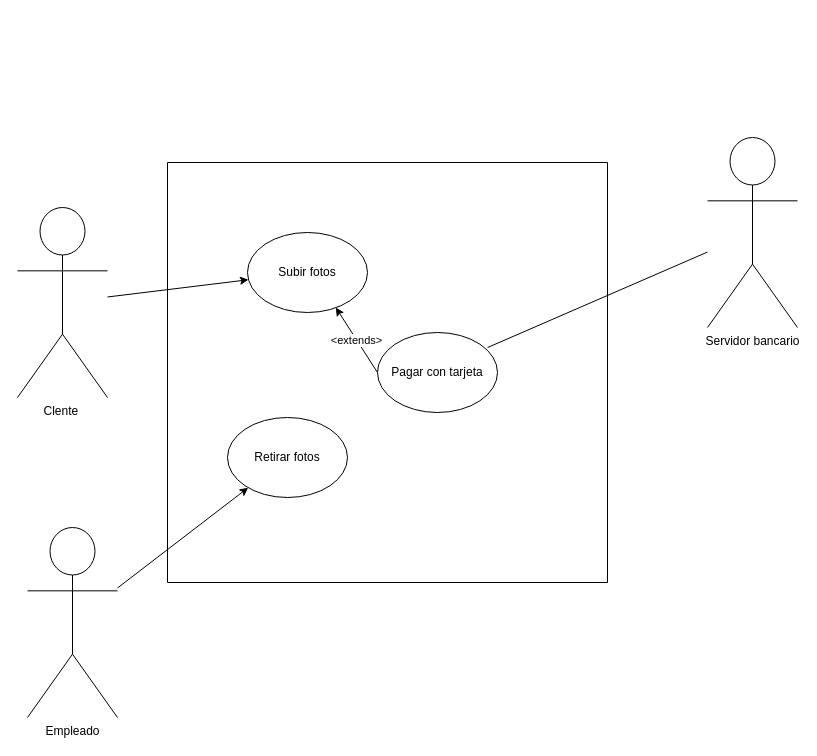
Above: Practicas/Práctica 3/Impresión de fotos/tp3_5.drawio in ssofiaavila/Ingenieria-de-software-1-Informatica--UNLP (draw.io), before the change. Source tidied: cells renumbered, new cells numbered last; positions are measured from the earlier drawing's top-left corner, leaving out a move shared by most shapes. Both pictures are drawn from the tidied source at 100%, with x=0, y=0 at pixel (17, 137).
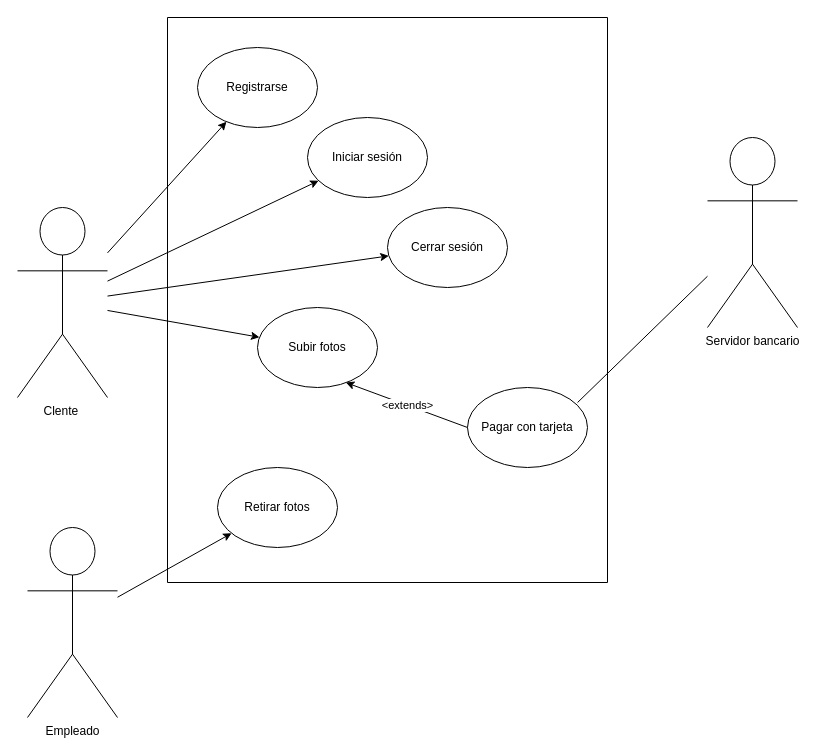
After the change.

Change to the diagram source:
```diff
@@
 <mxGraphModel>
   <root>
     <mxCell id="0" />
     <mxCell id="1" parent="0" />
     <mxCell id="2" style="swimlane;startSize=0;" parent="1" vertex="1">
-      <mxGeometry x="150" y="25" width="440" height="420" as="geometry" />
+      <mxGeometry x="150" y="-120" width="440" height="565" as="geometry" />
     </mxCell>
     <mxCell id="3" value="Subir fotos" style="ellipse;whiteSpace=wrap;html=1;" parent="2" vertex="1">
-      <mxGeometry x="80" y="70" width="120" height="80" as="geometry" />
+      <mxGeometry x="90" y="290" width="120" height="80" as="geometry" />
     </mxCell>
     <mxCell id="4" value="Pagar con tarjeta" style="ellipse;whiteSpace=wrap;html=1;" parent="2" vertex="1">
-      <mxGeometry x="210" y="170" width="120" height="80" as="geometry" />
+      <mxGeometry x="300" y="370" width="120" height="80" as="geometry" />
     </mxCell>
     <mxCell id="5" value="Retirar fotos" style="ellipse;whiteSpace=wrap;html=1;" parent="2" vertex="1">
-      <mxGeometry x="60" y="255" width="120" height="80" as="geometry" />
+      <mxGeometry x="50" y="450" width="120" height="80" as="geometry" />
     </mxCell>
     <mxCell id="6" style="endArrow=classic;html=1;rounded=0;exitX=0;exitY=0.5;exitDx=0;exitDy=0;entryX=0.736;entryY=0.938;entryDx=0;entryDy=0;entryPerimeter=0;" parent="2" edge="1" source="4" target="3">
       <mxGeometry relative="1" as="geometry" />
     </mxCell>
     <mxCell id="7" value="&amp;lt;extends&amp;gt;" style="edgeLabel;html=1;align=center;verticalAlign=middle;" parent="6" vertex="1">
       <mxGeometry relative="1" as="geometry" />
     </mxCell>
+    <mxCell id="14" value="Registrarse" style="ellipse;whiteSpace=wrap;html=1;" parent="2" vertex="1">
+      <mxGeometry x="30" y="30" width="120" height="80" as="geometry" />
+    </mxCell>
+    <mxCell id="15" value="Iniciar sesión" style="ellipse;whiteSpace=wrap;html=1;" parent="2" vertex="1">
+      <mxGeometry x="140" y="100" width="120" height="80" as="geometry" />
+    </mxCell>
+    <mxCell id="16" value="Cerrar sesión" style="ellipse;whiteSpace=wrap;html=1;" parent="2" vertex="1">
+      <mxGeometry x="220" y="190" width="120" height="80" as="geometry" />
+    </mxCell>
     <mxCell id="8" value="Clente&amp;nbsp;" style="shape=umlActor;verticalLabelPosition=bottom;verticalAlign=top;html=1;outlineConnect=0;" parent="1" vertex="1">
       <mxGeometry y="70" width="90" height="190" as="geometry" />
     </mxCell>
     <mxCell id="9" value="Empleado" style="shape=umlActor;verticalLabelPosition=bottom;verticalAlign=top;html=1;outlineConnect=0;" parent="1" vertex="1">
       <mxGeometry x="10" y="390" width="90" height="190" as="geometry" />
     </mxCell>
     <mxCell id="10" value="Servidor bancario" style="shape=umlActor;verticalLabelPosition=bottom;verticalAlign=top;html=1;outlineConnect=0;" parent="1" vertex="1">
       <mxGeometry x="690" width="90" height="190" as="geometry" />
     </mxCell>
     <mxCell id="11" style="endArrow=none;html=1;rounded=0;exitX=0.917;exitY=0.188;exitDx=0;exitDy=0;exitPerimeter=0;" parent="1" edge="1" source="4" target="10">
       <mxGeometry relative="1" as="geometry" />
     </mxCell>
     <mxCell id="12" style="endArrow=classic;html=1;rounded=0;" parent="1" edge="1" source="8" target="3">
       <mxGeometry relative="1" as="geometry" />
     </mxCell>
     <mxCell id="13" style="endArrow=classic;html=1;rounded=0;" parent="1" edge="1" source="9" target="5">
       <mxGeometry relative="1" as="geometry" />
     </mxCell>
+    <mxCell id="17" style="endArrow=classic;html=1;rounded=0;" parent="1" edge="1" source="8" target="16">
+      <mxGeometry relative="1" as="geometry" />
+    </mxCell>
+    <mxCell id="18" style="endArrow=classic;html=1;rounded=0;" parent="1" edge="1" source="8" target="15">
+      <mxGeometry relative="1" as="geometry" />
+    </mxCell>
+    <mxCell id="19" style="endArrow=classic;html=1;rounded=0;" parent="1" edge="1" source="8" target="14">
+      <mxGeometry relative="1" as="geometry" />
+    </mxCell>
   </root>
 </mxGraphModel>
```
